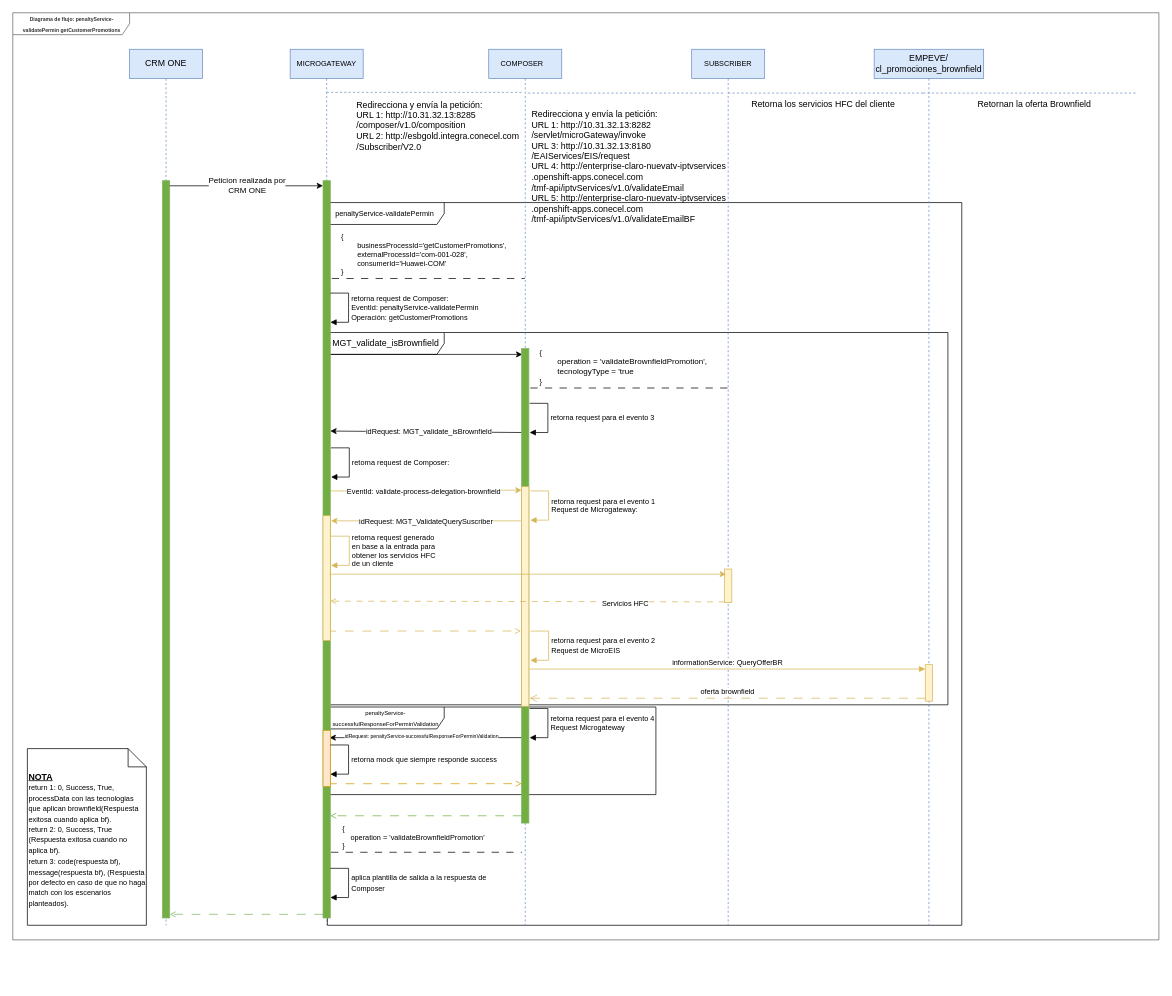
The draw.io diagram page 6 of 7 of brownfield.drawio in efrxngg/claro-configs, before the edit. Source tidied: cells renumbered, new cells numbered last; positions are measured from the earlier drawing's top-left corner, leaving out a move shared by most shapes. Both pictures are drawn from the tidied source at 73%, with x=0, y=0 at pixel (12, 12).
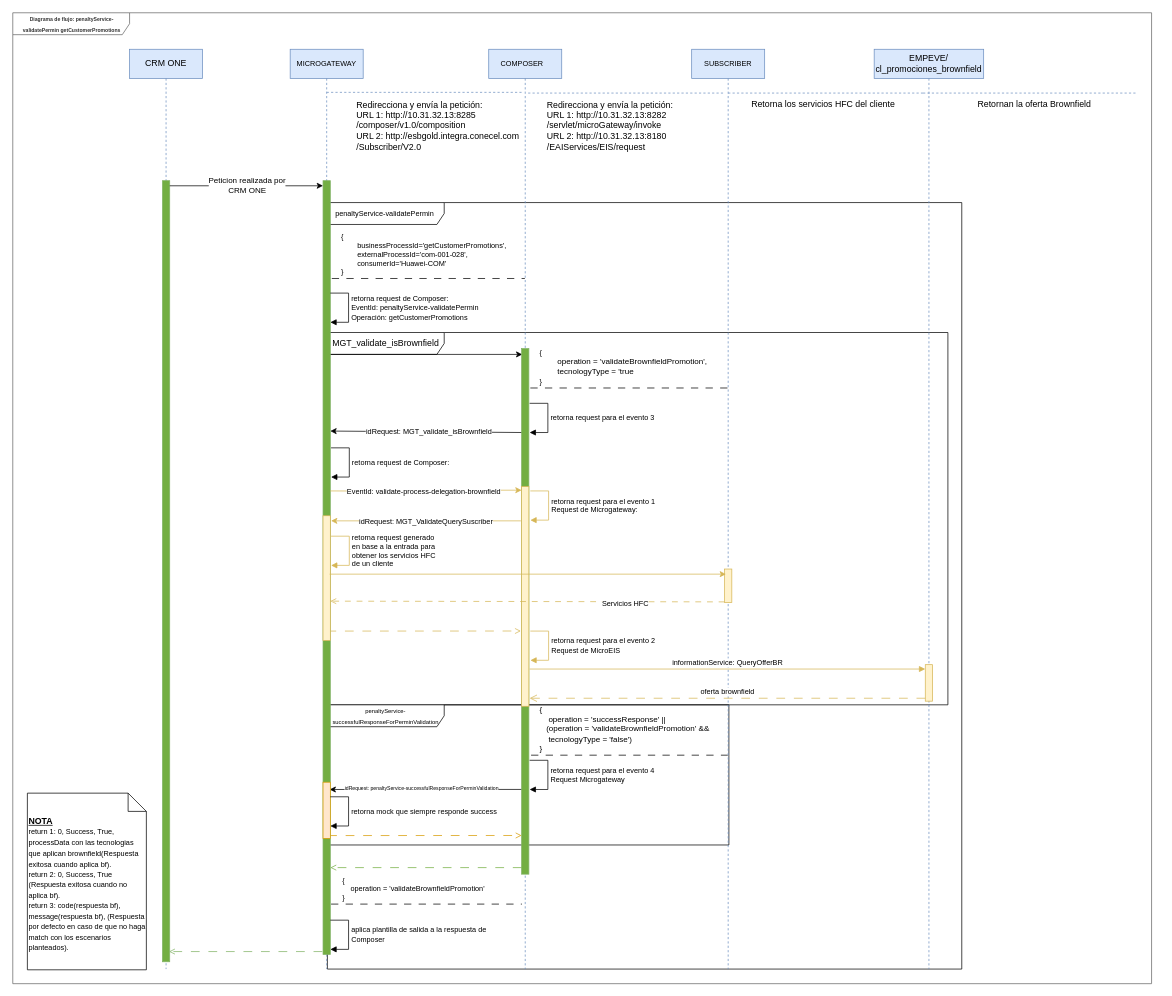
The same diagram, later.

Diff of the diagram source:
```diff
@@
     <mxCell id="2" value="&lt;div style=&quot;text-align: center;&quot;&gt;&lt;b style=&quot;font-size: 7px; background-color: initial;&quot;&gt;Diagrama de flujo: penaltyService-validatePermin getCustomerPromotions&lt;/b&gt;&lt;/div&gt;" style="shape=umlFrame;whiteSpace=wrap;html=1;width=160;fillColor=default;fontColor=#333333;strokeColor=#666666;align=left;swimlaneFillColor=default;" parent="1" vertex="1">
-      <mxGeometry width="1570" height="1270" as="geometry" />
+      <mxGeometry width="1560" height="1330" as="geometry" />
     </mxCell>
     <mxCell id="3" value="&lt;u&gt;&lt;b&gt;NOTA&lt;/b&gt;&lt;/u&gt;&lt;br&gt;&lt;font style=&quot;font-size: 10px;&quot;&gt;return 1: 0, Success, True, processData con las tecnologias que aplican brownfield(Respuesta exitosa cuando aplica bf).&lt;br&gt;return 2: 0, Success, True (Respuesta exitosa cuando no aplica bf).&lt;br&gt;return 3: code(respuesta bf),&amp;nbsp; message(respuesta bf), (Respuesta por defecto en caso de que no haga match con los escenarios planteados).&lt;br&gt;&lt;/font&gt;" style="shape=note2;boundedLbl=1;whiteSpace=wrap;html=1;size=25;verticalAlign=top;align=left;" parent="2" vertex="1">
-      <mxGeometry x="20" y="1008" width="163" height="242" as="geometry" />
+      <mxGeometry x="20" y="1069" width="163" height="242" as="geometry" />
     </mxCell>
+    <mxCell id="32" value="&lt;div style=&quot;&quot;&gt;&lt;span style=&quot;background-color: initial;&quot;&gt;Redirecciona y envía la petición:&lt;/span&gt;&lt;/div&gt;URL 1:&amp;nbsp;http://10.31.32.13:8282&lt;br&gt;/servlet/microGateway/invoke&lt;br&gt;URL 2:&amp;nbsp;http://10.31.32.13:8180&lt;br&gt;/EAIServices/EIS/request" style="text;html=1;align=left;verticalAlign=middle;strokeColor=none;fillColor=none;" parent="2" vertex="1">
+      <mxGeometry x="730" y="110" width="200" height="90" as="geometry" />
+    </mxCell>
     <mxCell id="4" value="&lt;font style=&quot;font-size: 10px;&quot;&gt;penaltyService-validatePermin&amp;nbsp;&lt;/font&gt;" style="shape=umlFrame;whiteSpace=wrap;html=1;width=160;" parent="1" vertex="1">
-      <mxGeometry x="431" y="260" width="869" height="990" as="geometry" />
+      <mxGeometry x="431" y="260" width="869" height="1050" as="geometry" />
     </mxCell>
@@
     <mxCell id="6" value="&lt;font style=&quot;font-size: 8px;&quot;&gt;penaltyService-successfulResponseForPerminValidation&lt;/font&gt;" style="shape=umlFrame;whiteSpace=wrap;html=1;width=160;" parent="4" vertex="1">
-      <mxGeometry y="691" width="450" height="120" as="geometry" />
+      <mxGeometry y="688" width="550" height="192" as="geometry" />
     </mxCell>
+    <mxCell id="60" value="{&lt;br&gt;&lt;span style=&quot;&quot;&gt;&lt;span style=&quot;white-space: pre;&quot;&gt;&amp;nbsp;&amp;nbsp;&amp;nbsp;&amp;nbsp;&lt;/span&gt;&lt;/span&gt;operation = 'successResponse' || &lt;br&gt;&amp;nbsp; &amp;nbsp;(operation = 'validateBrownfieldPromotion' &amp;amp;&amp;amp; &lt;br&gt;&amp;nbsp; &amp;nbsp; tecnologyType = 'false')&lt;br&gt;}" style="endArrow=none;startArrow=none;endFill=0;startFill=0;endSize=8;html=1;verticalAlign=bottom;dashed=1;labelBackgroundColor=none;dashPattern=10 10;rounded=0;align=left;" parent="4" edge="1">
+      <mxGeometry x="-0.93" relative="1" as="geometry">
+        <mxPoint x="279" y="757" as="sourcePoint" />
+        <mxPoint x="548.5" y="757" as="targetPoint" />
+        <mxPoint x="1" as="offset" />
+      </mxGeometry>
+    </mxCell>
@@
     <mxCell id="10" style="edgeStyle=none;orthogonalLoop=1;jettySize=auto;html=1;rounded=0;entryX=0.3;entryY=0.684;entryDx=0;entryDy=0;entryPerimeter=0;" parent="1" edge="1">
       <mxGeometry relative="1" as="geometry">
-        <mxPoint x="699" y="992.9" as="sourcePoint" />
-        <mxPoint x="434" y="993" as="targetPoint" />
+        <mxPoint x="699" y="1063.9" as="sourcePoint" />
+        <mxPoint x="434" y="1064" as="targetPoint" />
       </mxGeometry>
     </mxCell>
@@
     <mxCell id="12" style="edgeStyle=none;orthogonalLoop=1;jettySize=auto;html=1;rounded=0;entryX=0.3;entryY=0.684;entryDx=0;entryDy=0;entryPerimeter=0;dashed=1;endArrow=open;endFill=0;strokeColor=#d79b00;strokeWidth=1;dashPattern=12 12;fillColor=#ffe6cc;" parent="1" edge="1">
       <mxGeometry relative="1" as="geometry">
-        <mxPoint x="432" y="1056.1" as="sourcePoint" />
-        <mxPoint x="697" y="1056" as="targetPoint" />
+        <mxPoint x="432" y="1127.1" as="sourcePoint" />
+        <mxPoint x="697" y="1127" as="targetPoint" />
       </mxGeometry>
     </mxCell>
@@
     <mxCell id="16" value="CRM ONE" style="shape=umlLifeline;perimeter=lifelinePerimeter;whiteSpace=wrap;html=1;newEdgeStyle={&quot;edgeStyle&quot;:&quot;elbowEdgeStyle&quot;,&quot;elbow&quot;:&quot;vertical&quot;,&quot;curved&quot;:0,&quot;rounded&quot;:0};fillColor=#dae8fc;strokeColor=#6c8ebf;" parent="1" vertex="1">
-      <mxGeometry x="160" y="50" width="100" height="1200" as="geometry" />
+      <mxGeometry x="160" y="50" width="100" height="1260" as="geometry" />
     </mxCell>
     <mxCell id="17" style="html=1;points=[[0,0,0,0,5],[0,1,0,0,-5],[1,0,0,0,5],[1,1,0,0,-5]];perimeter=orthogonalPerimeter;outlineConnect=0;targetShapes=umlLifeline;portConstraint=eastwest;newEdgeStyle={&quot;curved&quot;:0,&quot;rounded&quot;:0};fillColor=#73ae42;strokeColor=#82b366;" parent="16" vertex="1">
-      <mxGeometry x="45" y="180" width="10" height="1010" as="geometry" />
+      <mxGeometry x="45" y="180" width="10" height="1070" as="geometry" />
     </mxCell>
     <mxCell id="18" value="&lt;font style=&quot;font-size: 10px;&quot;&gt;MICROGATEWAY&lt;/font&gt;" style="shape=umlLifeline;perimeter=lifelinePerimeter;whiteSpace=wrap;html=1;newEdgeStyle={&quot;edgeStyle&quot;:&quot;elbowEdgeStyle&quot;,&quot;elbow&quot;:&quot;vertical&quot;,&quot;curved&quot;:0,&quot;rounded&quot;:0};fillColor=#dae8fc;strokeColor=#6c8ebf;" parent="1" vertex="1">
-      <mxGeometry x="380" y="50" width="100" height="1200" as="geometry" />
+      <mxGeometry x="380" y="50" width="100" height="1260" as="geometry" />
     </mxCell>
     <mxCell id="19" style="html=1;points=[[0,0,0,0,5],[0,1,0,0,-5],[1,0,0,0,5],[1,1,0,0,-5]];perimeter=orthogonalPerimeter;outlineConnect=0;targetShapes=umlLifeline;portConstraint=eastwest;newEdgeStyle={&quot;curved&quot;:0,&quot;rounded&quot;:0};fillColor=#73ae42;strokeColor=#82b366;" parent="18" vertex="1">
-      <mxGeometry x="45" y="180" width="10" height="1010" as="geometry" />
+      <mxGeometry x="45" y="180" width="10" height="1060" as="geometry" />
     </mxCell>
     <mxCell id="20" style="html=1;perimeter=orthogonalPerimeter;targetShapes=umlLifeline;newEdgeStyle={&quot;curved&quot;:0,&quot;rounded&quot;:0};fillColor=#ffe6cc;strokeColor=#d79b00;" parent="18" vertex="1">
-      <mxGeometry x="45" y="933" width="10" height="77" as="geometry" />
+      <mxGeometry x="45" y="1004" width="10" height="77" as="geometry" />
     </mxCell>
     <mxCell id="21" value="&lt;font style=&quot;font-size: 10px;&quot;&gt;COMPOSER&lt;span style=&quot;white-space: pre;&quot;&gt;&#9;&lt;/span&gt;&lt;/font&gt;" style="shape=umlLifeline;perimeter=lifelinePerimeter;whiteSpace=wrap;html=1;outlineConnect=0;portConstraint=eastwest;newEdgeStyle={&quot;edgeStyle&quot;:&quot;elbowEdgeStyle&quot;,&quot;elbow&quot;:&quot;vertical&quot;,&quot;curved&quot;:0,&quot;rounded&quot;:0};fillColor=#dae8fc;strokeColor=#6c8ebf;" parent="1" vertex="1">
-      <mxGeometry x="652" y="50" width="100" height="1200" as="geometry" />
+      <mxGeometry x="652" y="50" width="100" height="1260" as="geometry" />
     </mxCell>
     <mxCell id="22" style="html=1;perimeter=orthogonalPerimeter;targetShapes=umlLifeline;newEdgeStyle={&quot;curved&quot;:0,&quot;rounded&quot;:0};fillColor=#73ae42;strokeColor=#82b366;" parent="21" vertex="1">
-      <mxGeometry x="45" y="410" width="10" height="650" as="geometry" />
+      <mxGeometry x="45" y="410" width="10" height="720" as="geometry" />
     </mxCell>
@@
-    <mxCell id="32" value="&lt;div style=&quot;&quot;&gt;&lt;span style=&quot;background-color: initial;&quot;&gt;Redirecciona y envía la petición:&lt;/span&gt;&lt;/div&gt;URL 1:&amp;nbsp;http://10.31.32.13:8282&lt;br&gt;/servlet/microGateway/invoke&lt;br&gt;URL 3:&amp;nbsp;http://10.31.32.13:8180&lt;br&gt;/EAIServices/EIS/request&lt;br&gt;URL 4:&amp;nbsp;http://enterprise-claro-nuevatv-iptvservices&lt;br&gt;.openshift-apps.conecel.com&lt;br&gt;/tmf-api/iptvServices/v1.0/validateEmail&lt;br&gt;URL 5:&amp;nbsp;http://enterprise-claro-nuevatv-iptvservices&lt;br style=&quot;border-color: var(--border-color);&quot;&gt;.openshift-apps.conecel.com&lt;br style=&quot;border-color: var(--border-color);&quot;&gt;/tmf-api/iptvServices/v1.0/validateEmailBF" style="text;html=1;align=left;verticalAlign=middle;strokeColor=none;fillColor=none;" parent="1" vertex="1">
-      <mxGeometry x="709" y="126" width="290" height="170" as="geometry" />
-    </mxCell>
@@
     <mxCell id="39" value="&lt;span style=&quot;font-size: 10px;&quot;&gt;SUBSCRIBER&lt;/span&gt;" style="shape=umlLifeline;perimeter=lifelinePerimeter;whiteSpace=wrap;html=1;newEdgeStyle={&quot;edgeStyle&quot;:&quot;elbowEdgeStyle&quot;,&quot;elbow&quot;:&quot;vertical&quot;,&quot;curved&quot;:0,&quot;rounded&quot;:0};fillColor=#dae8fc;strokeColor=#6c8ebf;" parent="1" vertex="1">
-      <mxGeometry x="930" y="50" width="100" height="1200" as="geometry" />
+      <mxGeometry x="930" y="50" width="100" height="1260" as="geometry" />
     </mxCell>
@@
     <mxCell id="47" style="edgeStyle=orthogonalEdgeStyle;rounded=0;orthogonalLoop=1;jettySize=auto;html=1;curved=0;exitX=0;exitY=1;exitDx=0;exitDy=-5;exitPerimeter=0;entryX=1;entryY=1;entryDx=0;entryDy=-5;entryPerimeter=0;dashed=1;endArrow=open;endFill=0;dashPattern=12 12;strokeColor=#73ae42;" parent="1" edge="1">
       <mxGeometry relative="1" as="geometry">
-        <mxPoint x="697" y="1100" as="sourcePoint" />
-        <mxPoint x="435" y="1100" as="targetPoint" />
+        <mxPoint x="697" y="1171" as="sourcePoint" />
+        <mxPoint x="435" y="1171" as="targetPoint" />
       </mxGeometry>
     </mxCell>
@@
     <mxCell id="49" value="&lt;font style=&quot;font-size: 10px;&quot; face=&quot;Helvetica&quot;&gt;aplica plantilla de salida a la respuesta de&amp;nbsp;&lt;br&gt;Composer&lt;/font&gt;" style="html=1;align=left;spacingLeft=2;endArrow=block;rounded=0;edgeStyle=orthogonalEdgeStyle;curved=0;rounded=0;" parent="1" edge="1">
       <mxGeometry relative="1" as="geometry">
-        <mxPoint x="435" y="1172" as="sourcePoint" />
-        <mxPoint x="435" y="1212" as="targetPoint" />
+        <mxPoint x="435" y="1243" as="sourcePoint" />
+        <mxPoint x="435" y="1283" as="targetPoint" />
         <Array as="points">
-          <mxPoint x="460" y="1172" />
-          <mxPoint x="460" y="1212" />
+          <mxPoint x="460" y="1243" />
+          <mxPoint x="460" y="1283" />
         </Array>
       </mxGeometry>
     </mxCell>
-    <mxCell id="50" style="edgeStyle=orthogonalEdgeStyle;rounded=0;jettySize=auto;html=1;curved=0;exitX=0;exitY=1;exitDx=0;exitDy=-5;exitPerimeter=0;entryX=1;entryY=1;entryDx=0;entryDy=-5;entryPerimeter=0;dashed=1;endArrow=open;endFill=0;dashPattern=12 12;fillColor=#d5e8d4;strokeColor=#82b366;" parent="1" edge="1" source="19" target="17">
-      <mxGeometry relative="1" as="geometry" />
+    <mxCell id="50" style="edgeStyle=orthogonalEdgeStyle;rounded=0;orthogonalLoop=1;jettySize=auto;html=1;curved=0;exitX=0;exitY=1;exitDx=0;exitDy=-5;exitPerimeter=0;entryX=1;entryY=1;entryDx=0;entryDy=-5;entryPerimeter=0;dashed=1;endArrow=open;endFill=0;dashPattern=12 12;fillColor=#d5e8d4;strokeColor=#82b366;" parent="1" edge="1">
+      <mxGeometry relative="1" as="geometry">
+        <mxPoint x="424" y="1286" as="sourcePoint" />
+        <mxPoint x="214" y="1286" as="targetPoint" />
+      </mxGeometry>
     </mxCell>
     <mxCell id="51" value="retorna request para el evento 4&lt;br style=&quot;font-size: 10px;&quot;&gt;Request Microgateway" style="html=1;align=left;spacingLeft=2;endArrow=block;rounded=0;edgeStyle=orthogonalEdgeStyle;curved=0;rounded=0;fontSize=10;" parent="1" edge="1">
       <mxGeometry relative="1" as="geometry">
-        <mxPoint x="708" y="953" as="sourcePoint" />
-        <mxPoint x="708" y="993" as="targetPoint" />
+        <mxPoint x="708" y="1024" as="sourcePoint" />
+        <mxPoint x="708" y="1064" as="targetPoint" />
         <Array as="points">
-          <mxPoint x="733" y="953" />
-          <mxPoint x="733" y="993" />
+          <mxPoint x="733" y="1024" />
+          <mxPoint x="733" y="1064" />
         </Array>
       </mxGeometry>
     </mxCell>
     <mxCell id="52" value="&lt;span style=&quot;background-color: initial; text-align: left;&quot;&gt;EMPEVE/&lt;br&gt;&lt;/span&gt;cl_promociones_brownfield" style="shape=umlLifeline;perimeter=lifelinePerimeter;whiteSpace=wrap;html=1;newEdgeStyle={&quot;edgeStyle&quot;:&quot;elbowEdgeStyle&quot;,&quot;elbow&quot;:&quot;vertical&quot;,&quot;curved&quot;:0,&quot;rounded&quot;:0};fillColor=#dae8fc;strokeColor=#6c8ebf;" parent="1" vertex="1">
-      <mxGeometry x="1180" y="50" width="150" height="1200" as="geometry" />
+      <mxGeometry x="1180" y="50" width="150" height="1260" as="geometry" />
     </mxCell>
@@
     <mxCell id="58" value="&lt;font style=&quot;font-size: 10px;&quot;&gt;retorna mock que siempre responde success&lt;/font&gt;" style="html=1;align=left;spacingLeft=2;endArrow=block;rounded=0;edgeStyle=orthogonalEdgeStyle;curved=0;rounded=0;" parent="1" edge="1">
       <mxGeometry relative="1" as="geometry">
-        <mxPoint x="435" y="1003" as="sourcePoint" />
-        <mxPoint x="435" y="1043" as="targetPoint" />
+        <mxPoint x="435" y="1074" as="sourcePoint" />
+        <mxPoint x="435" y="1114" as="targetPoint" />
         <Array as="points">
-          <mxPoint x="460" y="1003" />
-          <mxPoint x="460" y="1043" />
+          <mxPoint x="460" y="1074" />
+          <mxPoint x="460" y="1114" />
         </Array>
       </mxGeometry>
     </mxCell>
     <mxCell id="59" value="{&lt;br style=&quot;font-size: 10px;&quot;&gt;&lt;span style=&quot;font-size: 10px;&quot;&gt;&lt;span style=&quot;white-space: pre; font-size: 10px;&quot;&gt;&amp;nbsp;&amp;nbsp;&amp;nbsp;&amp;nbsp;&lt;/span&gt;&lt;/span&gt;operation = 'validateBrownfieldPromotion'&lt;br style=&quot;font-size: 10px;&quot;&gt;}" style="endArrow=none;startArrow=none;endFill=0;startFill=0;endSize=8;html=1;verticalAlign=bottom;dashed=1;labelBackgroundColor=none;dashPattern=10 10;rounded=0;align=left;fontSize=10;" parent="1" edge="1">
       <mxGeometry x="-0.89" relative="1" as="geometry">
-        <mxPoint x="436" y="1150" as="sourcePoint" />
-        <mxPoint x="697.5" y="1150" as="targetPoint" />
+        <mxPoint x="436" y="1221" as="sourcePoint" />
+        <mxPoint x="697.5" y="1221" as="targetPoint" />
       </mxGeometry>
     </mxCell>
```
